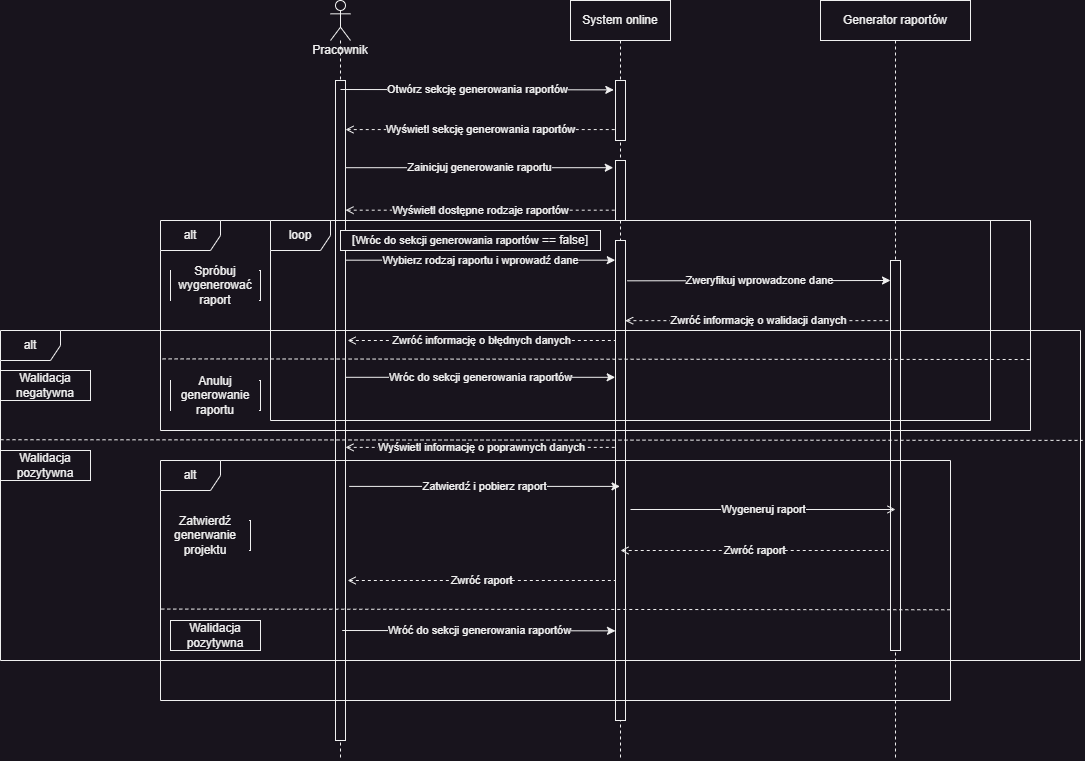
MarekMichali/vet-clinic keeps this draw.io diagram as Imgaes/Seq_UC3_Stworz_raport.png. Above is the earlier version. Source tidied: cells renumbered, new cells last; positions are measured from the earlier drawing's top-left corner, leaving out a move shared by most shapes. Source of this version:
```xml
<mxGraphModel background="#18141D">
  <root>
    <mxCell id="0" />
    <mxCell id="1" parent="0" />
    <mxCell id="2" value="Pracownik" style="shape=umlLifeline;participant=umlActor;perimeter=lifelinePerimeter;whiteSpace=wrap;html=1;verticalAlign=top;spacingTop=36;fillColor=#18141D;strokeColor=#F0F0F0;fontColor=#F0F0F0;labelBackgroundColor=none;" parent="1" vertex="1">
      <mxGeometry x="330" width="20" height="760" as="geometry" />
    </mxCell>
    <mxCell id="3" style="html=1;points=[];perimeter=orthogonalPerimeter;fillColor=#18141D;strokeColor=#F0F0F0;fontColor=#F0F0F0;labelBackgroundColor=#18141D;" parent="2" vertex="1">
      <mxGeometry x="5" y="80" width="10" height="660" as="geometry" />
    </mxCell>
    <mxCell id="4" value="System online" style="shape=umlLifeline;perimeter=lifelinePerimeter;whiteSpace=wrap;html=1;outlineConnect=0;fillColor=#18141D;strokeColor=#F0F0F0;fontColor=#F0F0F0;labelBackgroundColor=#18141D;" parent="1" vertex="1">
      <mxGeometry x="570" width="100" height="760" as="geometry" />
    </mxCell>
    <mxCell id="5" style="html=1;points=[];perimeter=orthogonalPerimeter;fillColor=#18141D;strokeColor=#F0F0F0;fontColor=#F0F0F0;labelBackgroundColor=#18141D;" parent="4" vertex="1">
      <mxGeometry x="45" y="80" width="10" height="60" as="geometry" />
    </mxCell>
    <mxCell id="6" style="html=1;points=[];perimeter=orthogonalPerimeter;fillColor=#18141D;strokeColor=#F0F0F0;fontColor=#F0F0F0;labelBackgroundColor=#18141D;" parent="4" vertex="1">
      <mxGeometry x="45" y="160" width="10" height="60" as="geometry" />
    </mxCell>
    <mxCell id="7" style="edgeStyle=none;html=1;startArrow=open;startFill=0;endArrow=open;endFill=0;fillColor=#18141D;strokeColor=#F0F0F0;fontColor=#F0F0F0;labelBackgroundColor=#18141D;" parent="4" edge="1" source="8" target="4">
      <mxGeometry relative="1" as="geometry" />
    </mxCell>
    <mxCell id="8" style="html=1;points=[];perimeter=orthogonalPerimeter;fillColor=#18141D;strokeColor=#F0F0F0;fontColor=#F0F0F0;labelBackgroundColor=#18141D;" parent="4" vertex="1">
      <mxGeometry x="45" y="240" width="10" height="480" as="geometry" />
    </mxCell>
    <mxCell id="9" value="Zwróć raport" style="endArrow=none;dashed=1;html=1;startArrow=open;startFill=0;exitX=1.21;exitY=0.143;exitDx=0;exitDy=0;exitPerimeter=0;fillColor=#18141D;strokeColor=#F0F0F0;fontColor=#F0F0F0;labelBackgroundColor=#18141D;" parent="4" edge="1">
      <mxGeometry relative="1" as="geometry">
        <mxPoint x="-222.9" y="580" as="sourcePoint" />
        <mxPoint x="45" y="580" as="targetPoint" />
      </mxGeometry>
    </mxCell>
    <mxCell id="10" value="Zwróć informację o błędnych danych" style="endArrow=none;dashed=1;html=1;startArrow=open;startFill=0;exitX=1.21;exitY=0.143;exitDx=0;exitDy=0;exitPerimeter=0;fillColor=#18141D;strokeColor=#F0F0F0;fontColor=#F0F0F0;labelBackgroundColor=#18141D;" parent="4" edge="1">
      <mxGeometry relative="1" as="geometry">
        <mxPoint x="-222.9" y="340" as="sourcePoint" />
        <mxPoint x="45" y="340" as="targetPoint" />
      </mxGeometry>
    </mxCell>
    <mxCell id="11" value="Wróć do sekcji generowania raportów" style="endArrow=classic;html=1;entryX=-0.169;entryY=0.156;entryDx=0;entryDy=0;entryPerimeter=0;fillColor=#18141D;strokeColor=#F0F0F0;fontColor=#F0F0F0;labelBackgroundColor=#18141D;" parent="4" edge="1">
      <mxGeometry relative="1" as="geometry">
        <mxPoint x="-228.3" y="630" as="sourcePoint" />
        <mxPoint x="45" y="630.4" as="targetPoint" />
      </mxGeometry>
    </mxCell>
    <mxCell id="12" value="Generator raportów" style="shape=umlLifeline;perimeter=lifelinePerimeter;whiteSpace=wrap;html=1;outlineConnect=0;fillColor=#18141D;strokeColor=#F0F0F0;fontColor=#F0F0F0;labelBackgroundColor=#18141D;" parent="1" vertex="1">
      <mxGeometry x="820" width="150" height="760" as="geometry" />
    </mxCell>
    <mxCell id="13" style="edgeStyle=none;html=1;startArrow=open;startFill=0;endArrow=open;endFill=0;fillColor=#18141D;strokeColor=#F0F0F0;fontColor=#F0F0F0;labelBackgroundColor=#18141D;" parent="12" edge="1" source="14" target="12">
      <mxGeometry relative="1" as="geometry" />
    </mxCell>
    <mxCell id="14" style="html=1;points=[];perimeter=orthogonalPerimeter;fillColor=#18141D;strokeColor=#F0F0F0;fontColor=#F0F0F0;labelBackgroundColor=#18141D;" parent="12" vertex="1">
      <mxGeometry x="70" y="260" width="10" height="390" as="geometry" />
    </mxCell>
    <mxCell id="15" value="Otwórz sekcję generowania raportów" style="endArrow=classic;html=1;entryX=-0.169;entryY=0.156;entryDx=0;entryDy=0;entryPerimeter=0;fillColor=#18141D;strokeColor=#F0F0F0;fontColor=#F0F0F0;labelBackgroundColor=#18141D;" parent="1" edge="1" target="5">
      <mxGeometry relative="1" as="geometry">
        <mxPoint x="340" y="89" as="sourcePoint" />
      </mxGeometry>
    </mxCell>
    <mxCell id="16" value="Wyświetl sekcję generowania raportów" style="endArrow=none;dashed=1;html=1;startArrow=open;startFill=0;entryX=-0.059;entryY=0.818;entryDx=0;entryDy=0;entryPerimeter=0;fillColor=#18141D;strokeColor=#F0F0F0;fontColor=#F0F0F0;labelBackgroundColor=#18141D;" parent="1" edge="1" source="3" target="5">
      <mxGeometry relative="1" as="geometry" />
    </mxCell>
    <mxCell id="17" value="Zainicjuj generowanie raportu" style="endArrow=classic;html=1;entryX=-0.224;entryY=0.12;entryDx=0;entryDy=0;entryPerimeter=0;fillColor=#18141D;strokeColor=#F0F0F0;fontColor=#F0F0F0;labelBackgroundColor=#18141D;" parent="1" edge="1" source="3" target="6">
      <mxGeometry relative="1" as="geometry" />
    </mxCell>
    <mxCell id="18" value="Wyświetl dostępne rodzaje raportów" style="endArrow=none;dashed=1;html=1;startArrow=open;startFill=0;entryX=0.052;entryY=0.828;entryDx=0;entryDy=0;entryPerimeter=0;fillColor=#18141D;strokeColor=#F0F0F0;fontColor=#F0F0F0;labelBackgroundColor=#18141D;" parent="1" edge="1" source="3" target="6">
      <mxGeometry relative="1" as="geometry" />
    </mxCell>
    <mxCell id="19" value="Wybierz rodzaj raportu i wprowadź dane" style="endArrow=classic;html=1;entryX=-0.027;entryY=0.041;entryDx=0;entryDy=0;entryPerimeter=0;fillColor=#18141D;strokeColor=#F0F0F0;fontColor=#F0F0F0;labelBackgroundColor=#18141D;" parent="1" edge="1" source="3" target="8">
      <mxGeometry relative="1" as="geometry" />
    </mxCell>
    <mxCell id="20" value="Zweryfikuj wprowadzone dane" style="endArrow=classic;html=1;exitX=1.173;exitY=0.084;exitDx=0;exitDy=0;exitPerimeter=0;fillColor=#18141D;strokeColor=#F0F0F0;fontColor=#F0F0F0;labelBackgroundColor=#18141D;" parent="1" edge="1" source="8">
      <mxGeometry relative="1" as="geometry">
        <mxPoint x="890" y="280" as="targetPoint" />
      </mxGeometry>
    </mxCell>
    <mxCell id="21" value="Zwróć informację o walidacji danych" style="endArrow=none;dashed=1;html=1;startArrow=open;startFill=0;exitX=0.967;exitY=0.167;exitDx=0;exitDy=0;exitPerimeter=0;fillColor=#18141D;strokeColor=#F0F0F0;fontColor=#F0F0F0;labelBackgroundColor=#18141D;" parent="1" edge="1" source="8" target="14">
      <mxGeometry relative="1" as="geometry" />
    </mxCell>
    <mxCell id="22" value="Wyświetl informację o poprawnych danych" style="endArrow=none;dashed=1;html=1;startArrow=open;startFill=0;entryX=0.1;entryY=0.431;entryDx=0;entryDy=0;entryPerimeter=0;fillColor=#18141D;strokeColor=#F0F0F0;fontColor=#F0F0F0;labelBackgroundColor=#18141D;" parent="1" edge="1" source="3" target="8">
      <mxGeometry relative="1" as="geometry" />
    </mxCell>
    <mxCell id="23" value="Wróc do sekcji generowania raportów" style="endArrow=classic;html=1;entryX=-0.033;entryY=0.285;entryDx=0;entryDy=0;entryPerimeter=0;fillColor=#18141D;strokeColor=#F0F0F0;fontColor=#F0F0F0;labelBackgroundColor=#18141D;" parent="1" edge="1" source="3" target="8">
      <mxGeometry relative="1" as="geometry" />
    </mxCell>
    <mxCell id="24" value="Zatwierdź i pobierz raport" style="endArrow=classic;html=1;exitX=1.374;exitY=0.615;exitDx=0;exitDy=0;exitPerimeter=0;fillColor=#18141D;strokeColor=#F0F0F0;fontColor=#F0F0F0;labelBackgroundColor=#18141D;" parent="1" edge="1" source="3" target="4">
      <mxGeometry relative="1" as="geometry" />
    </mxCell>
    <mxCell id="25" value="[&lt;span style=&quot;font-size: 11px;&quot;&gt;Wróc do sekcji generowania raportów&lt;/span&gt;&amp;nbsp;== false]" style="text;html=1;strokeColor=#F0F0F0;fillColor=#18141D;align=center;verticalAlign=middle;whiteSpace=wrap;rounded=0;fontColor=#F0F0F0;labelBackgroundColor=#18141D;" parent="1" vertex="1">
      <mxGeometry x="340" y="230" width="260" height="20" as="geometry" />
    </mxCell>
    <mxCell id="26" value="Zwróć raport" style="endArrow=none;dashed=1;html=1;startArrow=open;startFill=0;exitX=1.21;exitY=0.143;exitDx=0;exitDy=0;exitPerimeter=0;fillColor=#18141D;strokeColor=#F0F0F0;fontColor=#F0F0F0;labelBackgroundColor=#18141D;" parent="1" edge="1">
      <mxGeometry relative="1" as="geometry">
        <mxPoint x="620" y="550" as="sourcePoint" />
        <mxPoint x="887.9" y="550" as="targetPoint" />
      </mxGeometry>
    </mxCell>
    <mxCell id="27" value="Wygeneruj raport" style="endArrow=open;html=1;endFill=0;fillColor=#18141D;strokeColor=#F0F0F0;fontColor=#F0F0F0;labelBackgroundColor=#18141D;" parent="1" edge="1">
      <mxGeometry relative="1" as="geometry">
        <mxPoint x="630" y="509" as="sourcePoint" />
        <mxPoint x="895" y="509" as="targetPoint" />
      </mxGeometry>
    </mxCell>
    <mxCell id="28" value="alt" style="shape=umlFrame;whiteSpace=wrap;html=1;fillColor=#18141D;strokeColor=#F0F0F0;fontColor=#F0F0F0;labelBackgroundColor=#18141D;" parent="1" vertex="1">
      <mxGeometry x="160" y="220" width="870" height="210" as="geometry" />
    </mxCell>
    <mxCell id="29" style="endArrow=none;dashed=1;html=1;entryX=-0.001;entryY=0.659;entryDx=0;entryDy=0;entryPerimeter=0;exitX=0.999;exitY=0.662;exitDx=0;exitDy=0;exitPerimeter=0;fillColor=#18141D;strokeColor=#F0F0F0;fontColor=#F0F0F0;labelBackgroundColor=#18141D;" parent="1" edge="1" source="28" target="28">
      <mxGeometry relative="1" as="geometry" />
    </mxCell>
    <mxCell id="30" value="Anuluj generowanie raportu" style="text;html=1;strokeColor=#F0F0F0;fillColor=#18141D;align=center;verticalAlign=middle;whiteSpace=wrap;rounded=0;fontColor=#F0F0F0;labelBackgroundColor=#18141D;" parent="1" vertex="1">
      <mxGeometry x="170" y="380" width="90" height="30" as="geometry" />
    </mxCell>
    <mxCell id="31" value="Spróbuj wygenerować raport" style="text;html=1;strokeColor=#F0F0F0;fillColor=#18141D;align=center;verticalAlign=middle;whiteSpace=wrap;rounded=0;fontColor=#F0F0F0;labelBackgroundColor=#18141D;" parent="1" vertex="1">
      <mxGeometry x="170" y="270" width="90" height="30" as="geometry" />
    </mxCell>
    <mxCell id="32" value="loop" style="shape=umlFrame;whiteSpace=wrap;html=1;fillColor=#18141D;strokeColor=#F0F0F0;fontColor=#F0F0F0;labelBackgroundColor=#18141D;" parent="1" vertex="1">
      <mxGeometry x="270" y="220" width="720" height="200" as="geometry" />
    </mxCell>
    <mxCell id="33" value="alt" style="shape=umlFrame;whiteSpace=wrap;html=1;fillColor=#18141D;strokeColor=#F0F0F0;fontColor=#F0F0F0;labelBackgroundColor=#18141D;" parent="1" vertex="1">
      <mxGeometry y="330" width="1080" height="330" as="geometry" />
    </mxCell>
    <mxCell id="34" style="endArrow=none;dashed=1;html=1;exitX=0;exitY=0.331;exitDx=0;exitDy=0;exitPerimeter=0;entryX=1.002;entryY=0.333;entryDx=0;entryDy=0;entryPerimeter=0;fillColor=#18141D;strokeColor=#F0F0F0;fontColor=#F0F0F0;labelBackgroundColor=#18141D;" parent="1" edge="1" source="33" target="33">
      <mxGeometry relative="1" as="geometry" />
    </mxCell>
    <mxCell id="35" value="Walidacja negatywna" style="text;html=1;strokeColor=#F0F0F0;fillColor=#18141D;align=center;verticalAlign=middle;whiteSpace=wrap;rounded=0;fontColor=#F0F0F0;labelBackgroundColor=#18141D;" parent="1" vertex="1">
      <mxGeometry y="370" width="90" height="30" as="geometry" />
    </mxCell>
    <mxCell id="36" value="Walidacja pozytywna" style="text;html=1;strokeColor=#F0F0F0;fillColor=#18141D;align=center;verticalAlign=middle;whiteSpace=wrap;rounded=0;fontColor=#F0F0F0;labelBackgroundColor=#18141D;" parent="1" vertex="1">
      <mxGeometry y="450" width="90" height="30" as="geometry" />
    </mxCell>
    <mxCell id="37" value="alt" style="shape=umlFrame;whiteSpace=wrap;html=1;fillColor=#18141D;strokeColor=#F0F0F0;fontColor=#F0F0F0;labelBackgroundColor=#18141D;" parent="1" vertex="1">
      <mxGeometry x="160" y="460" width="790" height="240" as="geometry" />
    </mxCell>
    <mxCell id="38" style="endArrow=none;dashed=1;html=1;exitX=0.001;exitY=0.619;exitDx=0;exitDy=0;exitPerimeter=0;entryX=1;entryY=0.622;entryDx=0;entryDy=0;entryPerimeter=0;fillColor=#18141D;strokeColor=#F0F0F0;fontColor=#F0F0F0;labelBackgroundColor=#18141D;" parent="1" edge="1" source="37" target="37">
      <mxGeometry relative="1" as="geometry" />
    </mxCell>
    <mxCell id="39" value="Zatwierdź generwanie projektu" style="text;html=1;strokeColor=#F0F0F0;fillColor=#18141D;align=center;verticalAlign=middle;whiteSpace=wrap;rounded=0;fontColor=#F0F0F0;labelBackgroundColor=#18141D;" parent="1" vertex="1">
      <mxGeometry x="160" y="520" width="90" height="30" as="geometry" />
    </mxCell>
    <mxCell id="40" value="Walidacja pozytywna" style="text;html=1;strokeColor=#F0F0F0;fillColor=#18141D;align=center;verticalAlign=middle;whiteSpace=wrap;rounded=0;fontColor=#F0F0F0;labelBackgroundColor=#18141D;" parent="1" vertex="1">
      <mxGeometry x="170" y="620" width="90" height="30" as="geometry" />
    </mxCell>
  </root>
</mxGraphModel>
```
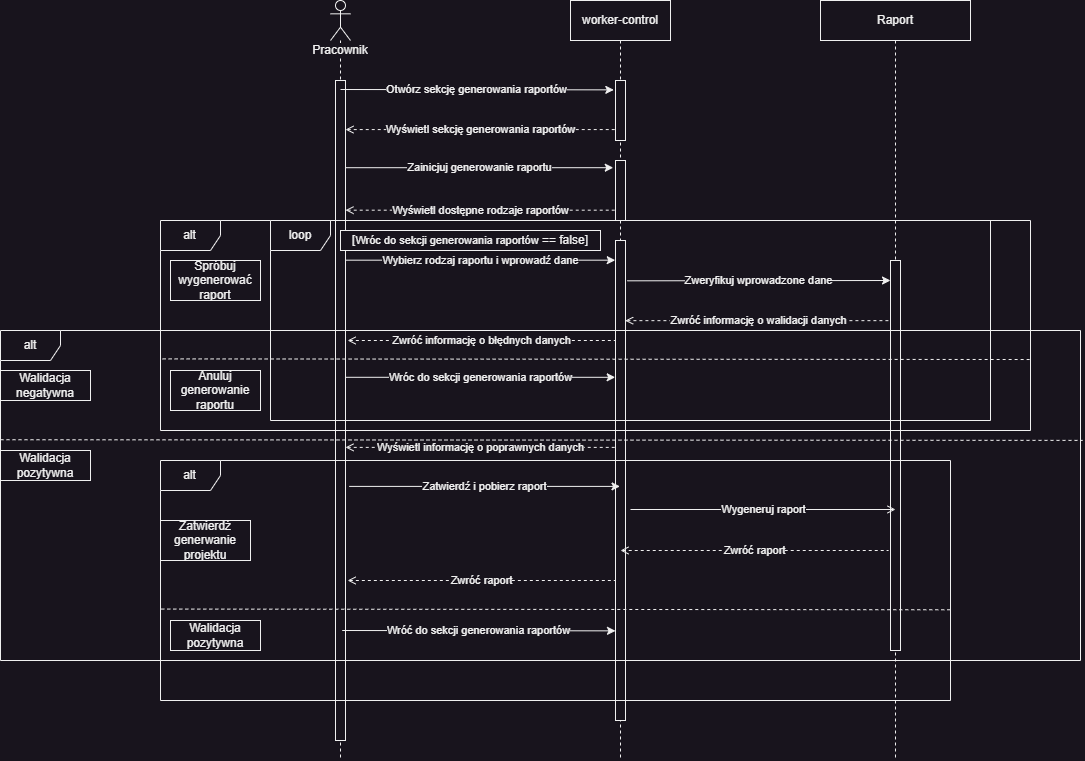
Later version of the same file.

Change to the diagram source:
```diff
@@ -2,13 +2,13 @@
   <root>
     <mxCell id="0" />
     <mxCell id="1" parent="0" />
-    <mxCell id="2" value="Pracownik" style="shape=umlLifeline;participant=umlActor;perimeter=lifelinePerimeter;whiteSpace=wrap;html=1;verticalAlign=top;spacingTop=36;fillColor=#18141D;strokeColor=#F0F0F0;fontColor=#F0F0F0;labelBackgroundColor=none;" parent="1" vertex="1">
+    <mxCell id="2" value="Pracownik" style="shape=umlLifeline;participant=umlActor;perimeter=lifelinePerimeter;whiteSpace=wrap;html=1;verticalAlign=top;spacingTop=36;fillColor=#18141D;strokeColor=#F0F0F0;fontColor=#F0F0F0;labelBackgroundColor=#18141D;" parent="1" vertex="1">
       <mxGeometry x="330" width="20" height="760" as="geometry" />
     </mxCell>
     <mxCell id="3" style="html=1;points=[];perimeter=orthogonalPerimeter;fillColor=#18141D;strokeColor=#F0F0F0;fontColor=#F0F0F0;labelBackgroundColor=#18141D;" parent="2" vertex="1">
       <mxGeometry x="5" y="80" width="10" height="660" as="geometry" />
     </mxCell>
-    <mxCell id="4" value="System online" style="shape=umlLifeline;perimeter=lifelinePerimeter;whiteSpace=wrap;html=1;outlineConnect=0;fillColor=#18141D;strokeColor=#F0F0F0;fontColor=#F0F0F0;labelBackgroundColor=#18141D;" parent="1" vertex="1">
+    <mxCell id="4" value="worker-control" style="shape=umlLifeline;perimeter=lifelinePerimeter;whiteSpace=wrap;html=1;outlineConnect=0;fillColor=#18141D;strokeColor=#F0F0F0;fontColor=#F0F0F0;labelBackgroundColor=#18141D;" parent="1" vertex="1">
       <mxGeometry x="570" width="100" height="760" as="geometry" />
     </mxCell>
     <mxCell id="5" style="html=1;points=[];perimeter=orthogonalPerimeter;fillColor=#18141D;strokeColor=#F0F0F0;fontColor=#F0F0F0;labelBackgroundColor=#18141D;" parent="4" vertex="1">
@@ -41,7 +41,7 @@
         <mxPoint x="45" y="630.4" as="targetPoint" />
       </mxGeometry>
     </mxCell>
-    <mxCell id="12" value="Generator raportów" style="shape=umlLifeline;perimeter=lifelinePerimeter;whiteSpace=wrap;html=1;outlineConnect=0;fillColor=#18141D;strokeColor=#F0F0F0;fontColor=#F0F0F0;labelBackgroundColor=#18141D;" parent="1" vertex="1">
+    <mxCell id="12" value="Raport" style="shape=umlLifeline;perimeter=lifelinePerimeter;whiteSpace=wrap;html=1;outlineConnect=0;fillColor=#18141D;strokeColor=#F0F0F0;fontColor=#F0F0F0;labelBackgroundColor=#18141D;" parent="1" vertex="1">
       <mxGeometry x="820" width="150" height="760" as="geometry" />
     </mxCell>
     <mxCell id="13" style="edgeStyle=none;html=1;startArrow=open;startFill=0;endArrow=open;endFill=0;fillColor=#18141D;strokeColor=#F0F0F0;fontColor=#F0F0F0;labelBackgroundColor=#18141D;" parent="12" edge="1" source="14" target="12">
@@ -81,6 +81,9 @@
     <mxCell id="23" value="Wróc do sekcji generowania raportów" style="endArrow=classic;html=1;entryX=-0.033;entryY=0.285;entryDx=0;entryDy=0;entryPerimeter=0;fillColor=#18141D;strokeColor=#F0F0F0;fontColor=#F0F0F0;labelBackgroundColor=#18141D;" parent="1" edge="1" source="3" target="8">
       <mxGeometry relative="1" as="geometry" />
     </mxCell>
+    <mxCell id="33" value="alt" style="shape=umlFrame;whiteSpace=wrap;html=1;fillColor=#18141D;strokeColor=#F0F0F0;fontColor=#F0F0F0;labelBackgroundColor=none;" parent="1" vertex="1">
+      <mxGeometry y="330" width="1080" height="330" as="geometry" />
+    </mxCell>
     <mxCell id="24" value="Zatwierdź i pobierz raport" style="endArrow=classic;html=1;exitX=1.374;exitY=0.615;exitDx=0;exitDy=0;exitPerimeter=0;fillColor=#18141D;strokeColor=#F0F0F0;fontColor=#F0F0F0;labelBackgroundColor=#18141D;" parent="1" edge="1" source="3" target="4">
       <mxGeometry relative="1" as="geometry" />
     </mxCell>
@@ -105,18 +108,15 @@
     <mxCell id="29" style="endArrow=none;dashed=1;html=1;entryX=-0.001;entryY=0.659;entryDx=0;entryDy=0;entryPerimeter=0;exitX=0.999;exitY=0.662;exitDx=0;exitDy=0;exitPerimeter=0;fillColor=#18141D;strokeColor=#F0F0F0;fontColor=#F0F0F0;labelBackgroundColor=#18141D;" parent="1" edge="1" source="28" target="28">
       <mxGeometry relative="1" as="geometry" />
     </mxCell>
-    <mxCell id="30" value="Anuluj generowanie raportu" style="text;html=1;strokeColor=#F0F0F0;fillColor=#18141D;align=center;verticalAlign=middle;whiteSpace=wrap;rounded=0;fontColor=#F0F0F0;labelBackgroundColor=#18141D;" parent="1" vertex="1">
-      <mxGeometry x="170" y="380" width="90" height="30" as="geometry" />
+    <mxCell id="30" value="Anuluj generowanie raportu" style="text;html=1;strokeColor=#F0F0F0;fillColor=#18141D;align=center;verticalAlign=middle;whiteSpace=wrap;rounded=0;fontColor=#F0F0F0;labelBackgroundColor=none;" parent="1" vertex="1">
+      <mxGeometry x="170" y="370" width="90" height="40" as="geometry" />
     </mxCell>
-    <mxCell id="31" value="Spróbuj wygenerować raport" style="text;html=1;strokeColor=#F0F0F0;fillColor=#18141D;align=center;verticalAlign=middle;whiteSpace=wrap;rounded=0;fontColor=#F0F0F0;labelBackgroundColor=#18141D;" parent="1" vertex="1">
-      <mxGeometry x="170" y="270" width="90" height="30" as="geometry" />
+    <mxCell id="31" value="Spróbuj wygenerować raport" style="text;html=1;strokeColor=#F0F0F0;fillColor=#18141D;align=center;verticalAlign=middle;whiteSpace=wrap;rounded=0;fontColor=#F0F0F0;labelBackgroundColor=none;" parent="1" vertex="1">
+      <mxGeometry x="170" y="260" width="90" height="40" as="geometry" />
     </mxCell>
     <mxCell id="32" value="loop" style="shape=umlFrame;whiteSpace=wrap;html=1;fillColor=#18141D;strokeColor=#F0F0F0;fontColor=#F0F0F0;labelBackgroundColor=#18141D;" parent="1" vertex="1">
       <mxGeometry x="270" y="220" width="720" height="200" as="geometry" />
     </mxCell>
-    <mxCell id="33" value="alt" style="shape=umlFrame;whiteSpace=wrap;html=1;fillColor=#18141D;strokeColor=#F0F0F0;fontColor=#F0F0F0;labelBackgroundColor=#18141D;" parent="1" vertex="1">
-      <mxGeometry y="330" width="1080" height="330" as="geometry" />
-    </mxCell>
     <mxCell id="34" style="endArrow=none;dashed=1;html=1;exitX=0;exitY=0.331;exitDx=0;exitDy=0;exitPerimeter=0;entryX=1.002;entryY=0.333;entryDx=0;entryDy=0;entryPerimeter=0;fillColor=#18141D;strokeColor=#F0F0F0;fontColor=#F0F0F0;labelBackgroundColor=#18141D;" parent="1" edge="1" source="33" target="33">
       <mxGeometry relative="1" as="geometry" />
     </mxCell>
@@ -132,10 +132,10 @@
     <mxCell id="38" style="endArrow=none;dashed=1;html=1;exitX=0.001;exitY=0.619;exitDx=0;exitDy=0;exitPerimeter=0;entryX=1;entryY=0.622;entryDx=0;entryDy=0;entryPerimeter=0;fillColor=#18141D;strokeColor=#F0F0F0;fontColor=#F0F0F0;labelBackgroundColor=#18141D;" parent="1" edge="1" source="37" target="37">
       <mxGeometry relative="1" as="geometry" />
     </mxCell>
-    <mxCell id="39" value="Zatwierdź generwanie projektu" style="text;html=1;strokeColor=#F0F0F0;fillColor=#18141D;align=center;verticalAlign=middle;whiteSpace=wrap;rounded=0;fontColor=#F0F0F0;labelBackgroundColor=#18141D;" parent="1" vertex="1">
-      <mxGeometry x="160" y="520" width="90" height="30" as="geometry" />
+    <mxCell id="39" value="Zatwierdź generwanie projektu" style="text;html=1;strokeColor=#F0F0F0;fillColor=#18141D;align=center;verticalAlign=middle;whiteSpace=wrap;rounded=0;fontColor=#F0F0F0;labelBackgroundColor=none;" parent="1" vertex="1">
+      <mxGeometry x="160" y="520" width="90" height="40" as="geometry" />
     </mxCell>
-    <mxCell id="40" value="Walidacja pozytywna" style="text;html=1;strokeColor=#F0F0F0;fillColor=#18141D;align=center;verticalAlign=middle;whiteSpace=wrap;rounded=0;fontColor=#F0F0F0;labelBackgroundColor=#18141D;" parent="1" vertex="1">
+    <mxCell id="40" value="Walidacja pozytywna" style="text;html=1;strokeColor=#F0F0F0;fillColor=#18141D;align=center;verticalAlign=middle;whiteSpace=wrap;rounded=0;fontColor=#F0F0F0;labelBackgroundColor=none;" parent="1" vertex="1">
       <mxGeometry x="170" y="620" width="90" height="30" as="geometry" />
     </mxCell>
   </root>
```
